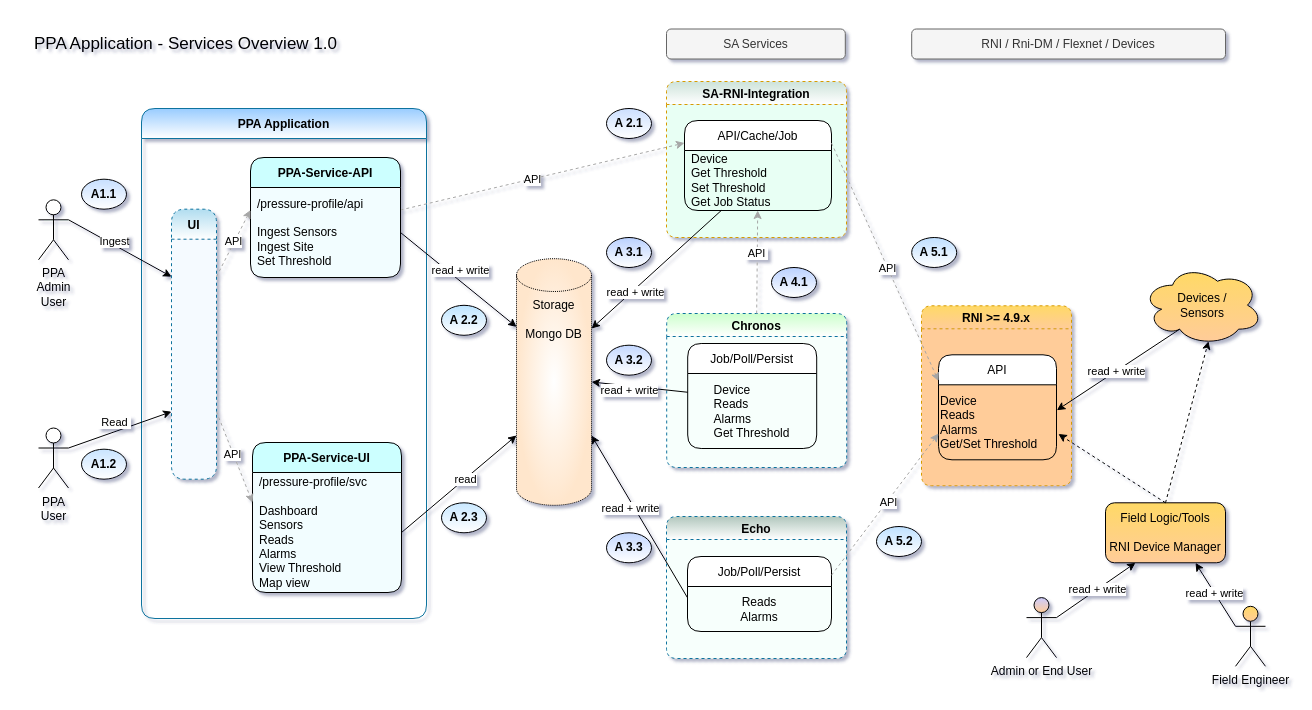
rajeshpv-common/my-drawio keeps this draw.io diagram as ppa/data-flow/ppa-app-services-overview-v1.drawio. Above is the earlier version. Source tidied: cells renumbered, new cells numbered last; positions are measured from the earlier drawing's top-left corner, leaving out a move shared by most shapes. Both pictures are drawn from the tidied source at 100%, with x=0, y=0 at pixel (21, 21).
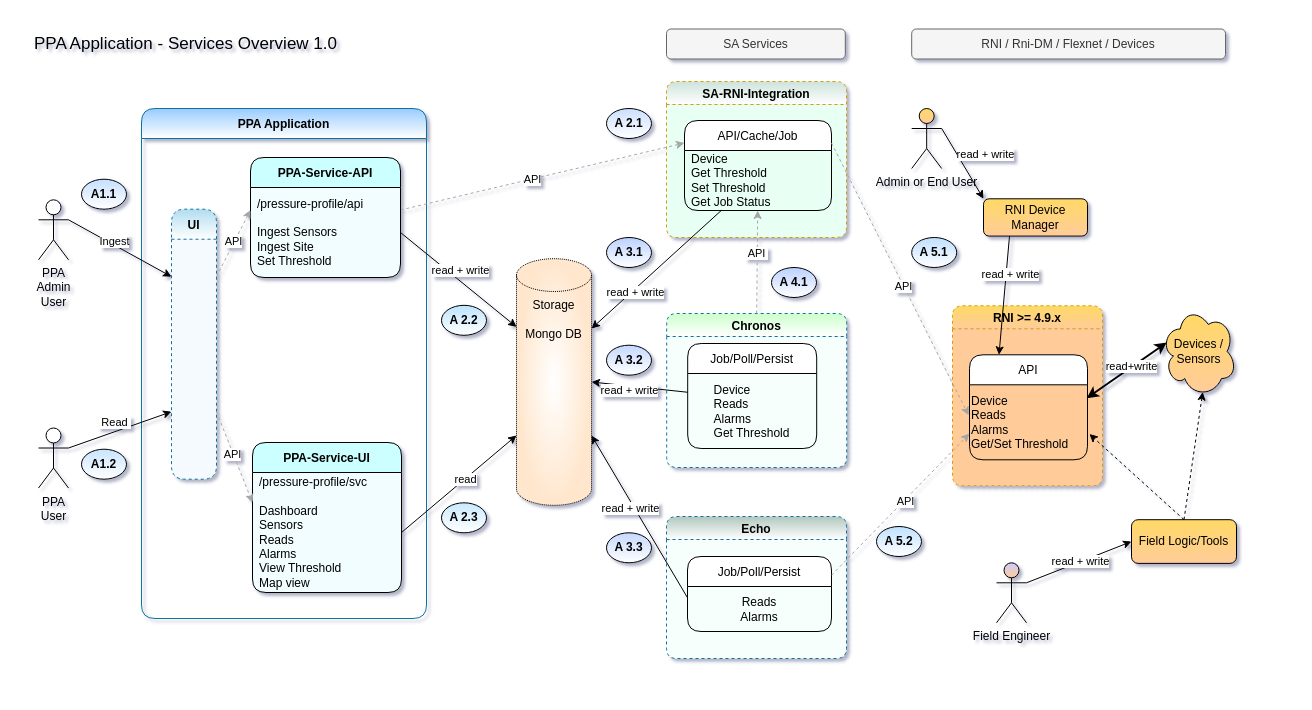
The same diagram, later.

The change refers to these unchanged cells:
```xml
<mxCell id="7" value="API/Cache/Job" style="swimlane;fontStyle=0;horizontal=1;startSize=30;rounded=1;" parent="6" vertex="1">
  <mxGeometry x="18" y="39" width="147" height="90" as="geometry" />
</mxCell>
<mxCell id="34" value="API" style="swimlane;fontStyle=0;horizontal=1;startSize=30;rounded=1;" parent="33" vertex="1">
  <mxGeometry x="17" y="49" width="118" height="105" as="geometry" />
</mxCell>
<mxCell id="35" value="Device&lt;br&gt;Reads&lt;br&gt;Alarms&lt;br&gt;Get/Set Threshold&lt;br&gt;" style="text;html=1;align=left;verticalAlign=middle;points=[];strokeColor=none;fillColor=none;" parent="34" vertex="1">
  <mxGeometry y="30" width="118" height="75" as="geometry" />
</mxCell>
```

The edit, as a diff of the source:
```diff
@@
     <mxCell id="33" value="RNI &gt;= 4.9.x" style="swimlane;rounded=1;dashed=1;fillColor=#FFD966;strokeColor=#d79b00;swimlaneFillColor=#FFCC99;gradientColor=#FFCC99;gradientDirection=south;" parent="1" vertex="1">
-      <mxGeometry x="900" y="284.3" width="150" height="180" as="geometry" />
+      <mxGeometry x="931" y="284.3" width="150" height="180" as="geometry" />
     </mxCell>
@@
-    <mxCell id="36" style="endArrow=classic;html=1;rounded=0;exitX=1;exitY=0.25;exitDx=0;exitDy=0;strokeColor=#A6A6A6;shadow=0;dashed=1;entryX=0;entryY=0.25;entryDx=0;entryDy=0;" parent="1" edge="1" source="7" target="34">
+    <mxCell id="36" style="endArrow=classic;html=1;rounded=0;exitX=1;exitY=0.25;exitDx=0;exitDy=0;strokeColor=#A6A6A6;shadow=0;dashed=1;entryX=-0.007;entryY=0.406;entryDx=0;entryDy=0;entryPerimeter=0;" parent="1" edge="1" source="7" target="35">
       <mxGeometry relative="1" as="geometry" />
     </mxCell>
@@
     <mxCell id="44" value="Devices / &lt;br&gt;Sensors" style="ellipse;shape=cloud;whiteSpace=wrap;html=1;fillColor=#FFD966;gradientColor=#FFCC99;gradientDirection=south;" parent="1" vertex="1">
-      <mxGeometry x="1121" y="243.7" width="120" height="80" as="geometry" />
+      <mxGeometry x="1140" y="285" width="75" height="90" as="geometry" />
     </mxCell>
-    <mxCell id="45" value="Field Logic/Tools&lt;br&gt;&lt;br&gt;RNI Device Manager" style="rounded=1;whiteSpace=wrap;html=1;fillColor=#FFD966;gradientColor=#FFCC99;gradientDirection=south;" parent="1" vertex="1">
-      <mxGeometry x="1084" y="481.3" width="120" height="60" as="geometry" />
+    <mxCell id="45" value="Field Logic/Tools" style="rounded=1;whiteSpace=wrap;html=1;fillColor=#FFD966;gradientColor=#FFCC99;gradientDirection=south;" parent="1" vertex="1">
+      <mxGeometry x="1110" y="498.2" width="105" height="43.7" as="geometry" />
     </mxCell>
-    <mxCell id="46" value="read + write" style="endArrow=classic;html=1;rounded=0;entryX=1.003;entryY=0.339;entryDx=0;entryDy=0;entryPerimeter=0;exitX=0.31;exitY=0.8;exitDx=0;exitDy=0;exitPerimeter=0;" parent="1" edge="1" source="44" target="35">
-      <mxGeometry x="0.03" relative="1" as="geometry" />
+    <mxCell id="46" value="read + write" style="endArrow=classic;html=1;rounded=0;exitX=0.25;exitY=1;exitDx=0;exitDy=0;entryX=0.25;entryY=0;entryDx=0;entryDy=0;" parent="1" edge="1" source="65" target="34">
+      <mxGeometry x="-0.36" y="3" relative="1" as="geometry">
+        <mxPoint x="1" as="offset" />
+      </mxGeometry>
     </mxCell>
-    <mxCell id="47" value="Field Engineer" style="shape=umlActor;verticalLabelPosition=bottom;verticalAlign=top;html=1;outlineConnect=0;fillColor=#FFD966;gradientColor=#FFCC99;gradientDirection=south;" parent="1" vertex="1">
-      <mxGeometry x="1214" y="584.8" width="30" height="60" as="geometry" />
+    <mxCell id="47" value="Admin or End User" style="shape=umlActor;verticalLabelPosition=bottom;verticalAlign=top;html=1;outlineConnect=0;fillColor=#FFD966;gradientColor=#FFCC99;gradientDirection=south;" parent="1" vertex="1">
+      <mxGeometry x="890.2" y="87" width="30" height="60" as="geometry" />
     </mxCell>
-    <mxCell id="48" value="read + write" style="endArrow=classic;html=1;rounded=0;entryX=0.75;entryY=1;entryDx=0;entryDy=0;exitX=0;exitY=0.3333333333333333;exitDx=0;exitDy=0;exitPerimeter=0;" parent="1" edge="1" source="47" target="45">
-      <mxGeometry x="0.03" relative="1" as="geometry" />
+    <mxCell id="48" value="read + write" style="endArrow=classic;html=1;rounded=0;entryX=0;entryY=0;entryDx=0;entryDy=0;exitX=1;exitY=0.3333333333333333;exitDx=0;exitDy=0;exitPerimeter=0;" parent="1" edge="1" source="47" target="65">
+      <mxGeometry x="0.1" y="24" relative="1" as="geometry" />
     </mxCell>
@@
-    <mxCell id="51" value="Admin or End User" style="shape=umlActor;verticalLabelPosition=bottom;verticalAlign=top;html=1;outlineConnect=0;fillColor=#CCCCFF;gradientColor=#FFCC99;gradientDirection=south;" parent="1" vertex="1">
-      <mxGeometry x="1005" y="576.1" width="30" height="60" as="geometry" />
+    <mxCell id="51" value="Field Engineer" style="shape=umlActor;verticalLabelPosition=bottom;verticalAlign=top;html=1;outlineConnect=0;fillColor=#CCCCFF;gradientColor=#FFCC99;gradientDirection=south;" parent="1" vertex="1">
+      <mxGeometry x="975" y="541.3" width="30" height="60" as="geometry" />
     </mxCell>
-    <mxCell id="52" value="read + write" style="endArrow=classic;html=1;rounded=0;entryX=0.25;entryY=1;entryDx=0;entryDy=0;exitX=1;exitY=0.3333333333333333;exitDx=0;exitDy=0;exitPerimeter=0;" parent="1" edge="1" source="51" target="45">
+    <mxCell id="52" value="read + write" style="endArrow=classic;html=1;rounded=0;entryX=0;entryY=0.5;entryDx=0;entryDy=0;exitX=1;exitY=0.3333333333333333;exitDx=0;exitDy=0;exitPerimeter=0;" parent="1" edge="1" source="51" target="45">
       <mxGeometry x="0.03" relative="1" as="geometry" />
     </mxCell>
@@
+    <mxCell id="65" value="RNI Device Manager" style="rounded=1;whiteSpace=wrap;html=1;fillColor=#FFD966;gradientColor=#FFCC99;gradientDirection=south;" parent="1" vertex="1">
+      <mxGeometry x="962" y="177.3" width="104" height="37.3" as="geometry" />
+    </mxCell>
+    <mxCell id="66" value="read+write" style="endArrow=classic;startArrow=classic;html=1;rounded=0;strokeWidth=2;exitX=0.993;exitY=0.179;exitDx=0;exitDy=0;exitPerimeter=0;entryX=0.07;entryY=0.4;entryDx=0;entryDy=0;entryPerimeter=0;" parent="1" edge="1" source="35" target="44">
+      <mxGeometry x="0.13" relative="1" as="geometry" />
+    </mxCell>
```
